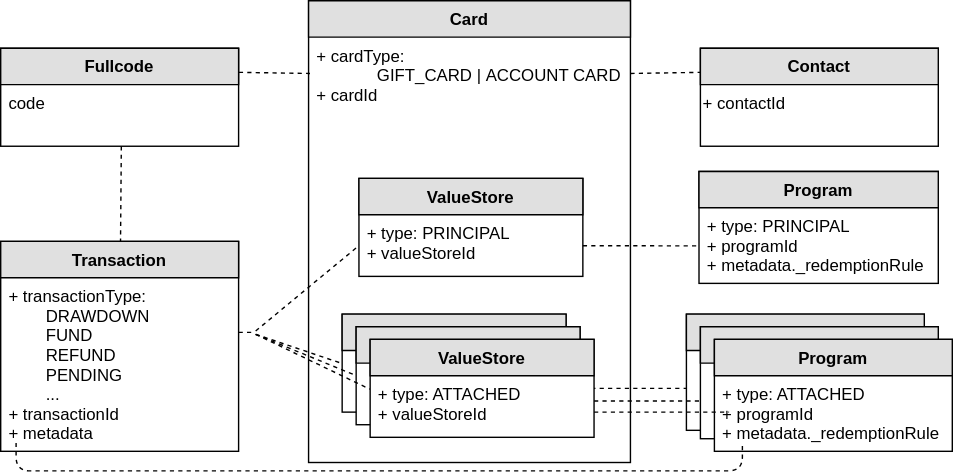
Earlier version of the draw.io export docs/assets/lightrail-objects.svg (DecentricCorp/Lightrail-API-Docs). Source tidied: cells renumbered, new cells last; positions are measured from the earlier drawing's top-left corner, leaving out a move shared by most shapes.
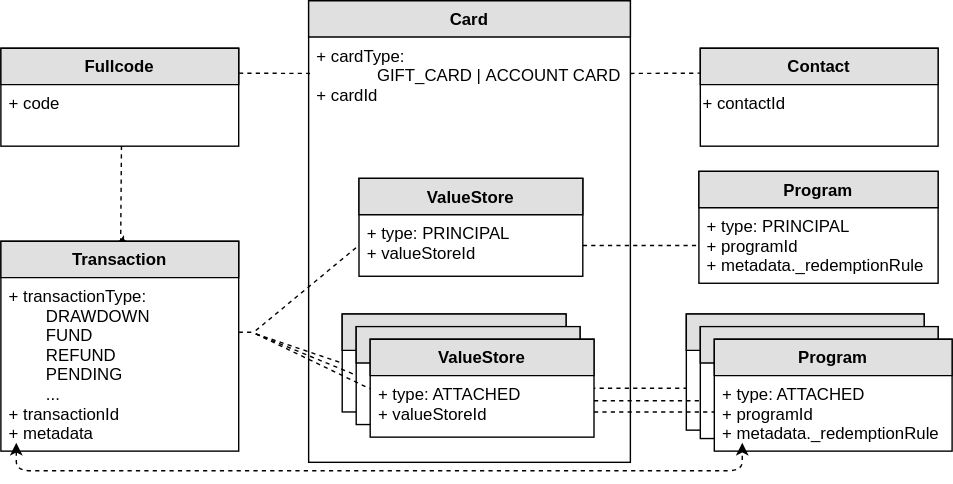
Above is the later version.

Commit message:
updating lightrail object diagram

What changed in the source:
```diff
@@ -38,10 +38,10 @@
     <mxCell id="13" style="endArrow=none;dashed=1;html=1;entryX=0;entryY=0.5;" parent="1" edge="1" source="5" target="7">
       <mxGeometry relative="1" as="geometry" />
     </mxCell>
-    <mxCell id="14" style="endArrow=none;dashed=1;html=1;exitX=1;exitY=0.5;entryX=0.003;entryY=0.407;entryPerimeter=0;" parent="1" edge="1">
+    <mxCell id="14" style="endArrow=none;dashed=1;html=1;exitX=1;exitY=0.5;" parent="1" edge="1">
       <mxGeometry relative="1" as="geometry">
         <mxPoint x="424" y="294" as="sourcePoint" />
-        <mxPoint x="520.5" y="294" as="targetPoint" />
+        <mxPoint x="510" y="294" as="targetPoint" />
       </mxGeometry>
     </mxCell>
     <mxCell id="15" style="endArrow=none;dashed=1;html=1;" parent="1" edge="1">
@@ -77,7 +77,7 @@
     <mxCell id="23" value="Fullcode" style="swimlane;fontStyle=1;horizontal=1;startSize=26;fillColor=#e0e0e0;swimlaneFillColor=#ffffff;align=center;" parent="1" vertex="1">
       <mxGeometry y="34" width="170" height="70" as="geometry" />
     </mxCell>
-    <mxCell id="24" value="code" style="text;strokeColor=none;fillColor=none;spacingLeft=4;spacingRight=4;overflow=hidden;points=[[0,0.5],[1,0.5]];portConstraint=eastwest;" parent="23" vertex="1">
+    <mxCell id="24" value="+ code" style="text;strokeColor=none;fillColor=none;spacingLeft=4;spacingRight=4;overflow=hidden;points=[[0,0.5],[1,0.5]];portConstraint=eastwest;" parent="23" vertex="1">
       <mxGeometry y="26" width="170" height="44" as="geometry" />
     </mxCell>
     <mxCell id="25" style="endArrow=none;dashed=1;html=1;exitX=1;exitY=0.25;" parent="1" edge="1" source="23">
@@ -123,7 +123,7 @@
     <mxCell id="36" style="endArrow=none;dashed=1;html=1;exitX=0.508;exitY=0.995;exitPerimeter=0;" parent="1" edge="1" source="24" target="27">
       <mxGeometry relative="1" as="geometry" />
     </mxCell>
-    <mxCell id="37" style="endArrow=none;dashed=1;html=1;" parent="1" edge="1">
+    <mxCell id="37" style="endArrow=classic;startArrow=classic;dashed=1;html=1;" parent="1" edge="1">
       <mxGeometry relative="1" as="geometry">
         <mxPoint x="11" y="316" as="sourcePoint" />
         <mxPoint x="530" y="316" as="targetPoint" />
```
